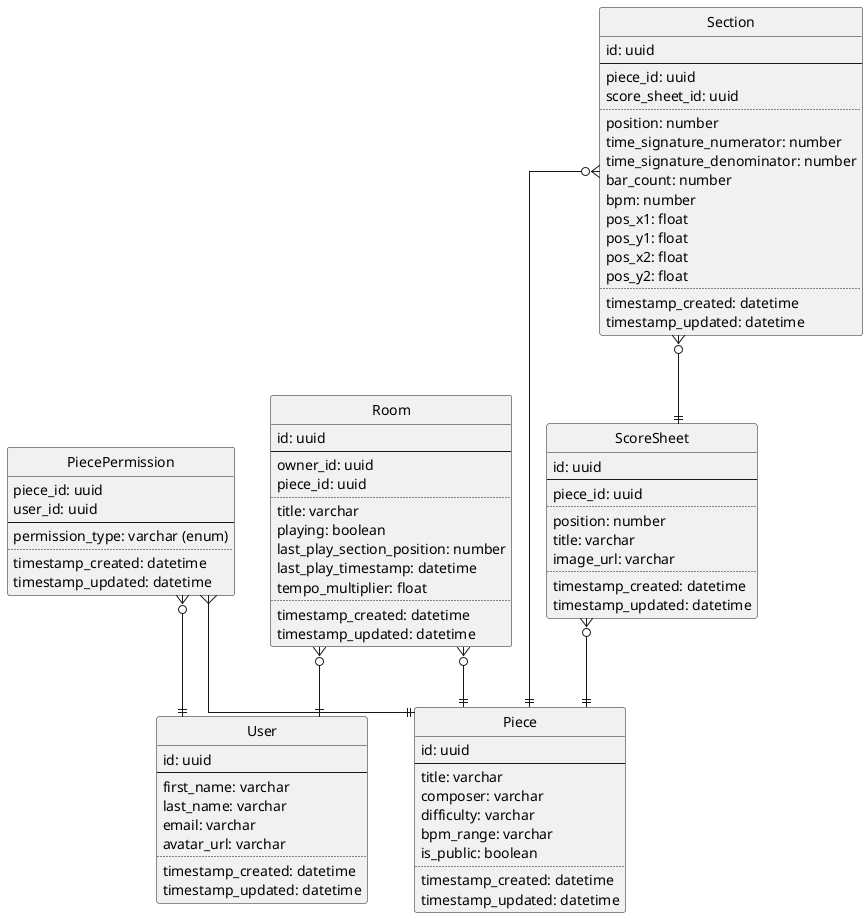
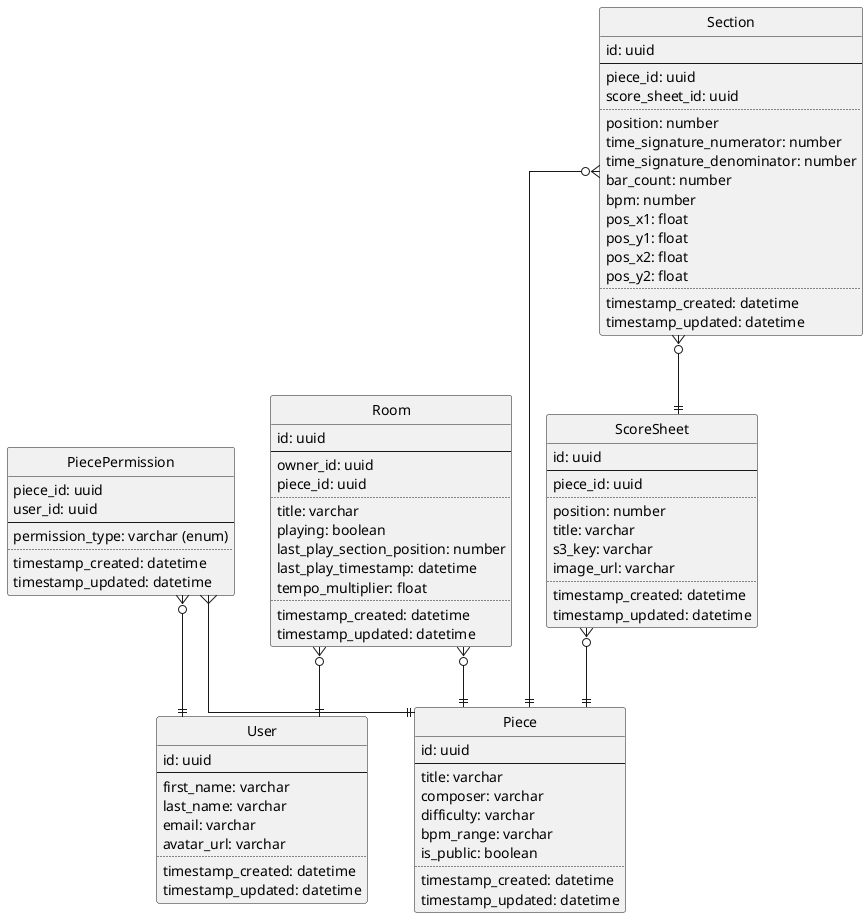
@startuml
'https://plantuml.com/class-diagram

' configuration
hide circle
skinparam linetype ortho

' User model
entity "User" as user {
  id: uuid
  --
  first_name: varchar
  last_name: varchar
  email: varchar
  avatar_url: varchar
  ..
  timestamp_created: datetime
  timestamp_updated: datetime
}

' Piece model
entity "Piece" as piece {
  id: uuid
  --
  title: varchar
  composer: varchar
  difficulty: varchar
  bpm_range: varchar
  is_public: boolean
  ..
  timestamp_created: datetime
  timestamp_updated: datetime
}

' ScoreSheet model
entity "ScoreSheet" as scoresheet {
  id: uuid
  --
  piece_id: uuid
  ..
  position: number
  title: varchar
+   s3_key: varchar
  image_url: varchar
  ..
  timestamp_created: datetime
  timestamp_updated: datetime
}

' Section model
entity "Section" as section {
  id: uuid
  --
  piece_id: uuid
  score_sheet_id: uuid
  ..
  position: number
  time_signature_numerator: number
  time_signature_denominator: number
  bar_count: number
  bpm: number
  pos_x1: float
  pos_y1: float
  pos_x2: float
  pos_y2: float
  ..
  timestamp_created: datetime
  timestamp_updated: datetime
}

' PiecePermission model
entity "PiecePermission" as piecepermission {
  piece_id: uuid
  user_id: uuid
  --
  permission_type: varchar (enum)
  ..
  timestamp_created: datetime
  timestamp_updated: datetime
}

' Room model
entity "Room" as room {
  id: uuid
  --
  owner_id: uuid
  piece_id: uuid
  ..
  title: varchar
  playing: boolean
  last_play_section_position: number
  last_play_timestamp: datetime
  tempo_multiplier: float
  ..
  timestamp_created: datetime
  timestamp_updated: datetime
}

' Relationships
scoresheet }o--|| piece
section }o--|| piece
section }o--|| scoresheet
piecepermission }o--|| user
piecepermission }--|| piece
room }o--|| user
room }o--|| piece

@enduml